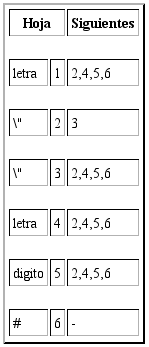
Before: Reportes_202003894/Siguientes_202003894/ExpReg1.png, a diagram exported from Graphviz (EstuardoSon/OCL1_202003894_P1). Its source is kept beside it as Reportes_202003894/Arboles_202003894/ExpReg1.dot.
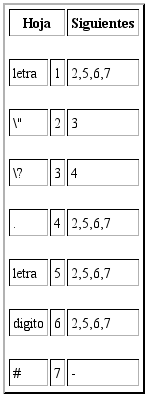
After the commit.

What changed in the source:
```diff
@@ -1,5 +1,5 @@
 digraph G{
-N6->N1
+N7->N1
 N1->1
 1[label="N
 letra
@@ -8,13 +8,14 @@
 N1[label="N
 .
 P: 1
-U: 3,4,5,1"];
-N1->N5
-N5->N3
+U: 4,5,6,1"];
+N1->N6
+N6->N4
+N4->N3
 N3->N2
 N2->2
 2[label="N
-\"
+\\\"
 P: 2
 U: 2"];
 N2[label="N
@@ -23,38 +24,47 @@
 U: 3"];
 N2->3
 3[label="N
-\"
+\?
 P: 3
 U: 3"];
 N3[label="N
-|
-P: 2,4,5
-U: 3,4,5"];
-N3->N4
-N4->4
+.
+P: 2
+U: 4"];
+N3->4
 4[label="N
-letra
+.
 P: 4
 U: 4"];
 N4[label="N
 |
-P: 4,5
-U: 4,5"];
-N4->5
+P: 2,5,6
+U: 4,5,6"];
+N4->N5
+N5->5
 5[label="N
-digito
+letra
 P: 5
 U: 5"];
-N5[label="A
+N5[label="N
+|
+P: 5,6
+U: 5,6"];
+N5->6
+6[label="N
+digito
+P: 6
+U: 6"];
+N6[label="A
 *
-P: 2,4,5
-U: 3,4,5"];
-N6[label="N
+P: 2,5,6
+U: 4,5,6"];
+N7[label="N
 .
 P: 1
-U: 6"];
-N6->6
-6[label="N
-P: 6
-U: 6"];
+U: 7"];
+N7->7
+7[label="N
+P: 7
+U: 7"];
 }
```
